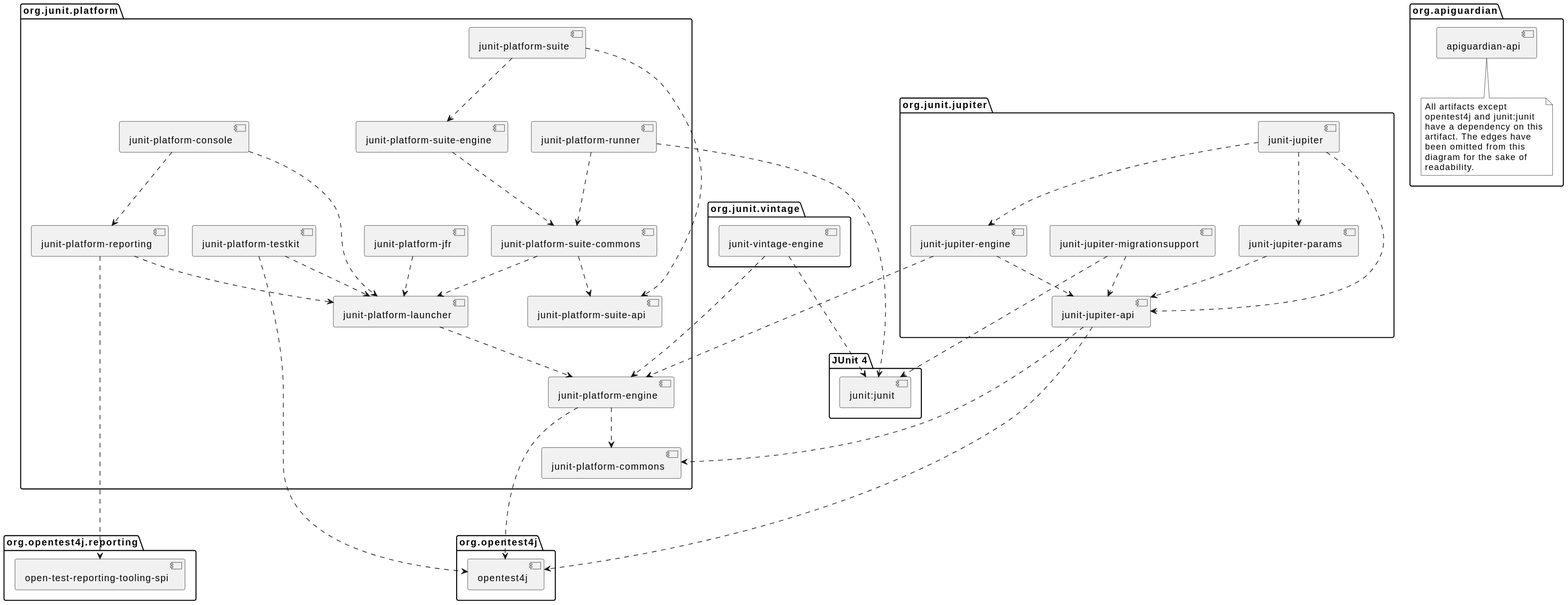
The PlantUML diagram snapshot/user-guide/images/component-diagram.svg in junit-team/docs.junit.org, before a commit.
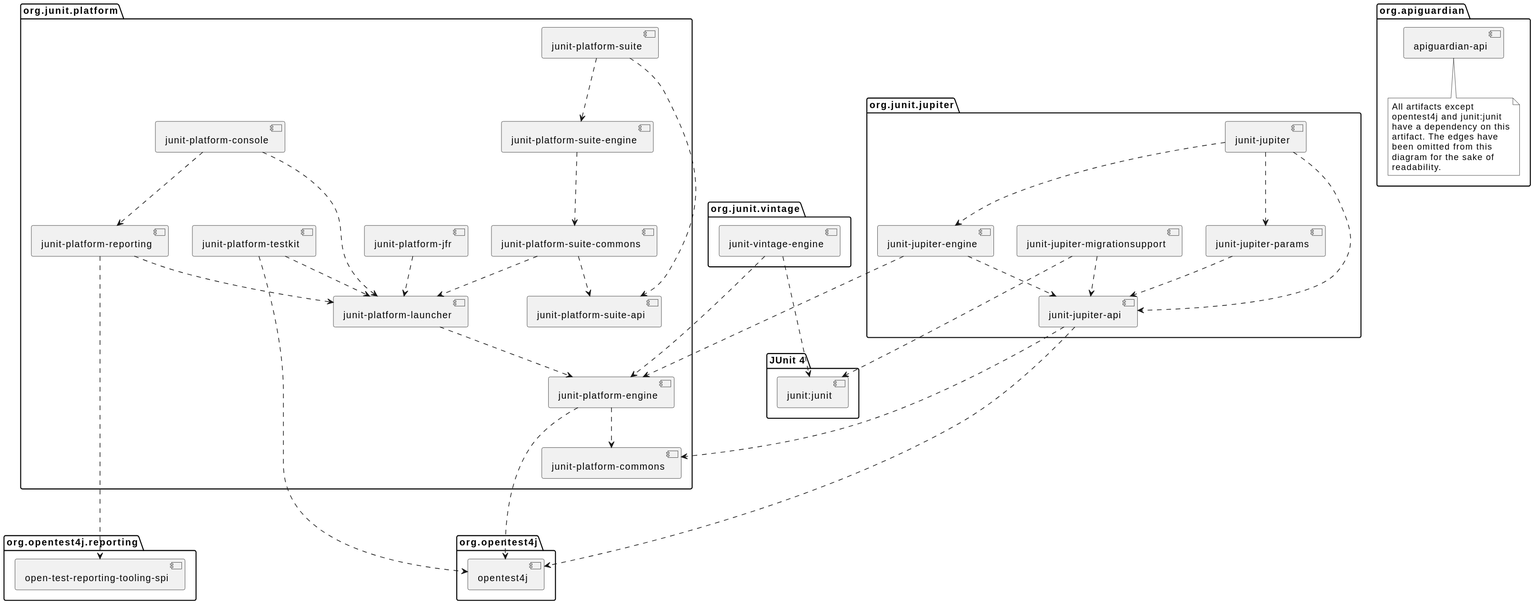
The same diagram one commit later.

What changed in the source:
```diff
@@ -22,7 +22,6 @@
     [junit-platform-jfr] as jfr
     [junit-platform-launcher] as launcher
     [junit-platform-reporting] as reporting
-    [junit-platform-runner] as runner
     [junit-platform-suite] as suite
     [junit-platform-suite-api] as suite_api
     [junit-platform-suite-commons] as suite_commons
@@ -82,9 +81,6 @@
 reporting ..> launcher
 reporting ......> otr_tooling_spi
 
-runner ..> suite_commons
-runner ...> junit4
-
 suite ..> suite_api
 suite ..> suite_engine
 
```
